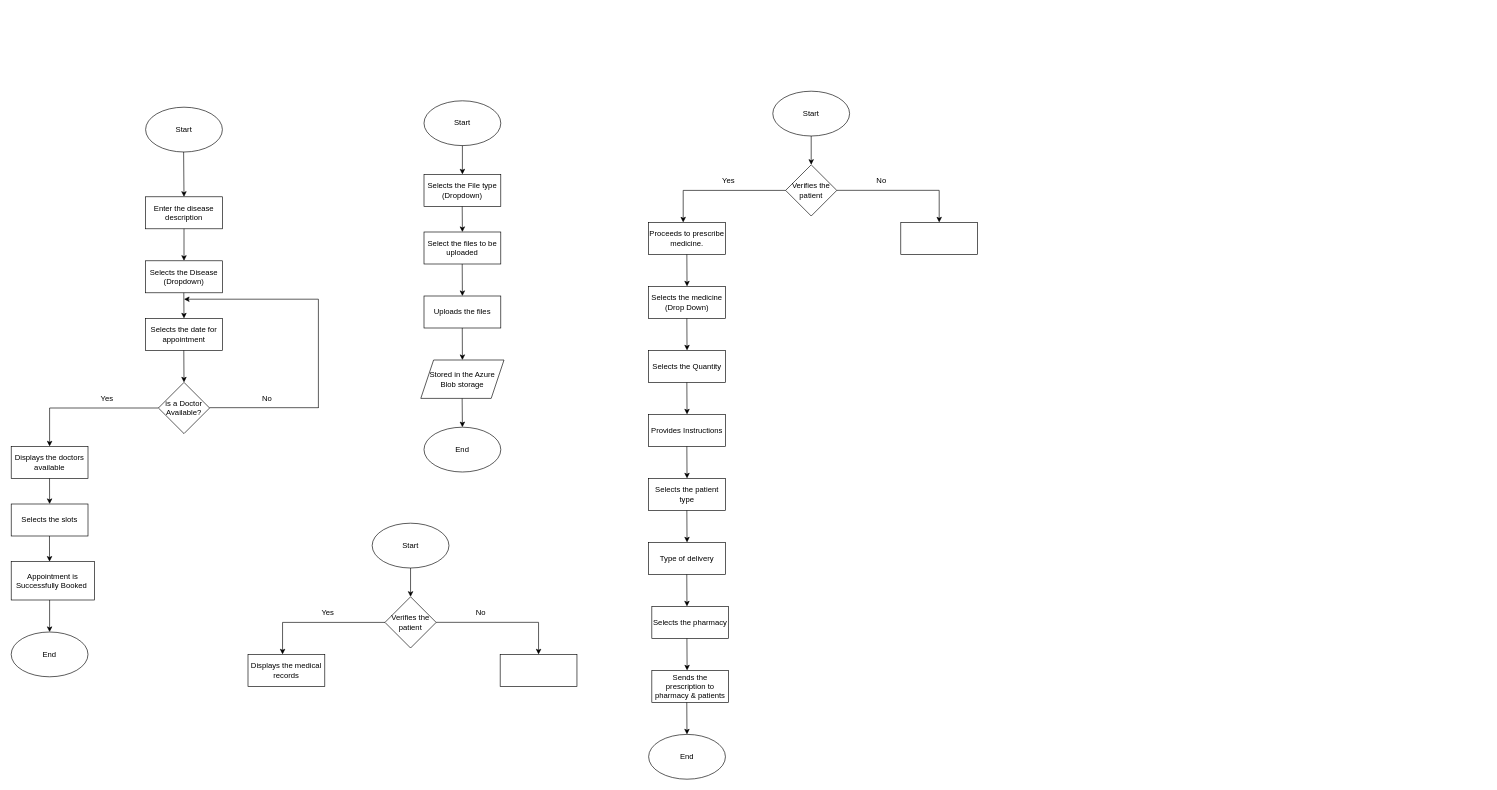
Above: Diagram/Flow diagram/Flow diagram.drawio in shreeya20desai/An-Automated-System-For-Local-GPs (draw.io), before the change. Source tidied: cells renumbered, new cells numbered last; positions are measured from the earlier drawing's top-left corner, leaving out a move shared by most shapes. Both pictures are drawn from the tidied source at 64%, with x=0, y=0 at pixel (11, 91).
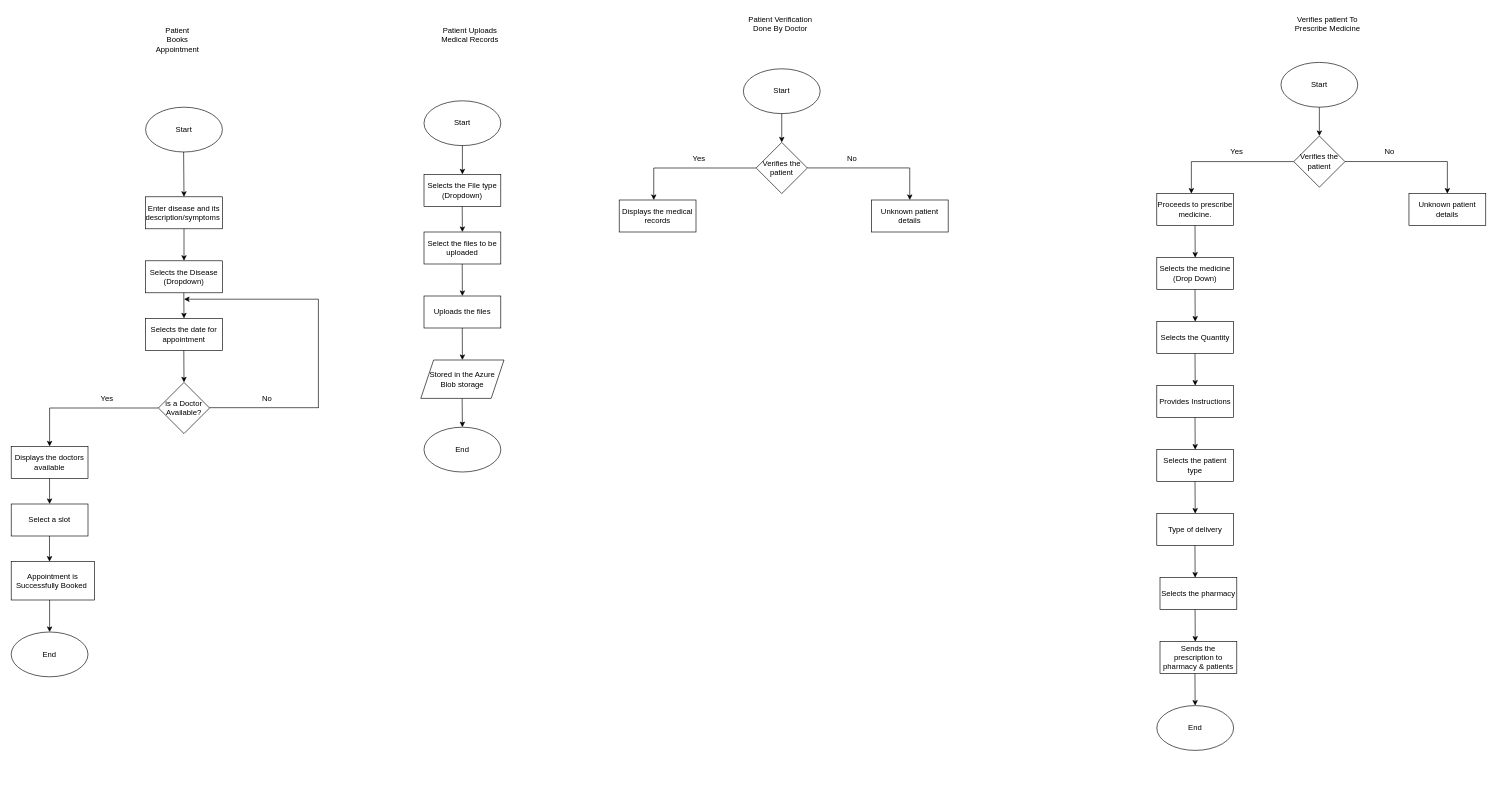
After the change.

The edit, as a diff of the source:
```diff
@@
-    <mxCell id="2" value="Enter the disease description" style="rounded=0;whiteSpace=wrap;html=1;" parent="1" vertex="1">
+    <mxCell id="2" value="Enter disease and its description/symptoms&amp;nbsp;" style="rounded=0;whiteSpace=wrap;html=1;" parent="1" vertex="1">
       <mxGeometry x="210" y="165" width="120" height="50" as="geometry" />
     </mxCell>
@@
-    <mxCell id="6" value="Selects the slots" style="rounded=0;whiteSpace=wrap;html=1;" parent="1" vertex="1">
+    <mxCell id="6" value="Select a slot" style="rounded=0;whiteSpace=wrap;html=1;" parent="1" vertex="1">
       <mxGeometry y="645" width="120" height="50" as="geometry" />
     </mxCell>
@@
     <mxCell id="36" value="Proceeds to prescribe medicine." style="rounded=0;whiteSpace=wrap;html=1;" parent="1" vertex="1">
-      <mxGeometry x="996" y="205" width="120" height="50" as="geometry" />
+      <mxGeometry x="1790" y="160" width="120" height="50" as="geometry" />
     </mxCell>
     <mxCell id="37" style="endArrow=classic;html=1;rounded=0;exitX=0.5;exitY=1;exitDx=0;exitDy=0;entryX=0.5;entryY=0;entryDx=0;entryDy=0;" parent="1" edge="1">
       <mxGeometry relative="1" as="geometry">
-        <mxPoint x="1250" y="65" as="sourcePoint" />
-        <mxPoint x="1250" y="115" as="targetPoint" />
+        <mxPoint x="2044" y="20" as="sourcePoint" />
+        <mxPoint x="2044" y="70" as="targetPoint" />
       </mxGeometry>
     </mxCell>
     <mxCell id="38" style="endArrow=classic;html=1;rounded=0;exitX=0.5;exitY=1;exitDx=0;exitDy=0;entryX=0.5;entryY=0;entryDx=0;entryDy=0;" parent="1" edge="1">
       <mxGeometry relative="1" as="geometry">
-        <mxPoint x="1055.7" y="255" as="sourcePoint" />
-        <mxPoint x="1056" y="305" as="targetPoint" />
+        <mxPoint x="1849.7" y="210" as="sourcePoint" />
+        <mxPoint x="1850" y="260" as="targetPoint" />
       </mxGeometry>
     </mxCell>
     <mxCell id="39" value="Start" style="ellipse;whiteSpace=wrap;html=1;" parent="1" vertex="1">
-      <mxGeometry x="1190" width="120" height="70" as="geometry" />
+      <mxGeometry x="1984" y="-45" width="120" height="70" as="geometry" />
     </mxCell>
     <mxCell id="40" value="Selects the medicine&lt;br&gt;(Drop Down)" style="rounded=0;whiteSpace=wrap;html=1;" parent="1" vertex="1">
-      <mxGeometry x="996" y="305" width="120" height="50" as="geometry" />
+      <mxGeometry x="1790" y="260" width="120" height="50" as="geometry" />
     </mxCell>
     <mxCell id="41" value="Verifies the patient" style="rhombus;whiteSpace=wrap;html=1;" parent="1" vertex="1">
-      <mxGeometry x="1210" y="115" width="80" height="80" as="geometry" />
+      <mxGeometry x="2004" y="70" width="80" height="80" as="geometry" />
     </mxCell>
     <mxCell id="42" style="endArrow=none;html=1;rounded=0;entryX=0;entryY=0.5;entryDx=0;entryDy=0;" parent="1" edge="1" target="41">
       <mxGeometry relative="1" as="geometry">
-        <mxPoint x="1050" y="155" as="sourcePoint" />
+        <mxPoint x="1844" y="110" as="sourcePoint" />
       </mxGeometry>
     </mxCell>
     <mxCell id="43" style="endArrow=none;html=1;rounded=0;entryX=0;entryY=0.5;entryDx=0;entryDy=0;" parent="1" edge="1">
       <mxGeometry relative="1" as="geometry">
-        <mxPoint x="1290" y="154.9" as="sourcePoint" />
-        <mxPoint x="1450" y="154.9" as="targetPoint" />
+        <mxPoint x="2084" y="109.9" as="sourcePoint" />
+        <mxPoint x="2244" y="109.9" as="targetPoint" />
       </mxGeometry>
     </mxCell>
     <mxCell id="44" style="endArrow=classic;html=1;rounded=0;entryX=0.5;entryY=0;entryDx=0;entryDy=0;" parent="1" edge="1">
       <mxGeometry relative="1" as="geometry">
-        <mxPoint x="1050" y="155" as="sourcePoint" />
-        <mxPoint x="1050" y="205" as="targetPoint" />
+        <mxPoint x="1844" y="110" as="sourcePoint" />
+        <mxPoint x="1844" y="160" as="targetPoint" />
       </mxGeometry>
     </mxCell>
     <mxCell id="45" style="endArrow=classic;html=1;rounded=0;entryX=0.5;entryY=0;entryDx=0;entryDy=0;" parent="1" edge="1">
       <mxGeometry relative="1" as="geometry">
-        <mxPoint x="1450" y="155" as="sourcePoint" />
-        <mxPoint x="1450" y="205" as="targetPoint" />
+        <mxPoint x="2244" y="110" as="sourcePoint" />
+        <mxPoint x="2244" y="160" as="targetPoint" />
       </mxGeometry>
     </mxCell>
     <mxCell id="46" value="Selects the Quantity" style="rounded=0;whiteSpace=wrap;html=1;" parent="1" vertex="1">
-      <mxGeometry x="996" y="405" width="120" height="50" as="geometry" />
+      <mxGeometry x="1790" y="360" width="120" height="50" as="geometry" />
     </mxCell>
     <mxCell id="47" style="endArrow=classic;html=1;rounded=0;exitX=0.5;exitY=1;exitDx=0;exitDy=0;entryX=0.5;entryY=0;entryDx=0;entryDy=0;" parent="1" edge="1">
       <mxGeometry relative="1" as="geometry">
-        <mxPoint x="1055.7" y="455" as="sourcePoint" />
-        <mxPoint x="1056" y="505" as="targetPoint" />
+        <mxPoint x="1849.7" y="410" as="sourcePoint" />
+        <mxPoint x="1850" y="460" as="targetPoint" />
       </mxGeometry>
     </mxCell>
     <mxCell id="48" value="Provides Instructions" style="rounded=0;whiteSpace=wrap;html=1;" parent="1" vertex="1">
-      <mxGeometry x="996" y="505" width="120" height="50" as="geometry" />
+      <mxGeometry x="1790" y="460" width="120" height="50" as="geometry" />
     </mxCell>
     <mxCell id="49" style="endArrow=classic;html=1;rounded=0;exitX=0.5;exitY=1;exitDx=0;exitDy=0;entryX=0.5;entryY=0;entryDx=0;entryDy=0;" parent="1" edge="1">
       <mxGeometry relative="1" as="geometry">
-        <mxPoint x="1055.7" y="355" as="sourcePoint" />
-        <mxPoint x="1056" y="405" as="targetPoint" />
+        <mxPoint x="1849.7" y="310" as="sourcePoint" />
+        <mxPoint x="1850" y="360" as="targetPoint" />
       </mxGeometry>
     </mxCell>
     <mxCell id="50" value="Selects the patient type" style="rounded=0;whiteSpace=wrap;html=1;" parent="1" vertex="1">
-      <mxGeometry x="996" y="605" width="120" height="50" as="geometry" />
+      <mxGeometry x="1790" y="560" width="120" height="50" as="geometry" />
     </mxCell>
     <mxCell id="51" style="endArrow=classic;html=1;rounded=0;exitX=0.5;exitY=1;exitDx=0;exitDy=0;entryX=0.5;entryY=0;entryDx=0;entryDy=0;" parent="1" edge="1">
       <mxGeometry relative="1" as="geometry">
-        <mxPoint x="1055.7" y="655" as="sourcePoint" />
-        <mxPoint x="1056" y="705" as="targetPoint" />
+        <mxPoint x="1849.7" y="610" as="sourcePoint" />
+        <mxPoint x="1850" y="660" as="targetPoint" />
       </mxGeometry>
     </mxCell>
     <mxCell id="52" value="Type of delivery" style="rounded=0;whiteSpace=wrap;html=1;" parent="1" vertex="1">
-      <mxGeometry x="996" y="705" width="120" height="50" as="geometry" />
+      <mxGeometry x="1790" y="660" width="120" height="50" as="geometry" />
     </mxCell>
     <mxCell id="53" style="endArrow=classic;html=1;rounded=0;exitX=0.5;exitY=1;exitDx=0;exitDy=0;entryX=0.5;entryY=0;entryDx=0;entryDy=0;" parent="1" edge="1">
       <mxGeometry relative="1" as="geometry">
-        <mxPoint x="1055.7" y="555" as="sourcePoint" />
-        <mxPoint x="1056" y="605" as="targetPoint" />
+        <mxPoint x="1849.7" y="510" as="sourcePoint" />
+        <mxPoint x="1850" y="560" as="targetPoint" />
       </mxGeometry>
     </mxCell>
     <mxCell id="54" style="endArrow=classic;html=1;rounded=0;exitX=0.5;exitY=1;exitDx=0;exitDy=0;entryX=0.5;entryY=0;entryDx=0;entryDy=0;" parent="1" edge="1">
       <mxGeometry relative="1" as="geometry">
-        <mxPoint x="1055.6" y="755" as="sourcePoint" />
-        <mxPoint x="1055.9" y="805" as="targetPoint" />
+        <mxPoint x="1849.6" y="710" as="sourcePoint" />
+        <mxPoint x="1849.9" y="760" as="targetPoint" />
       </mxGeometry>
     </mxCell>
     <mxCell id="55" value="Selects the pharmacy" style="rounded=0;whiteSpace=wrap;html=1;" parent="1" vertex="1">
-      <mxGeometry x="1001" y="805" width="120" height="50" as="geometry" />
+      <mxGeometry x="1795" y="760" width="120" height="50" as="geometry" />
     </mxCell>
     <mxCell id="56" style="endArrow=classic;html=1;rounded=0;exitX=0.5;exitY=1;exitDx=0;exitDy=0;entryX=0.5;entryY=0;entryDx=0;entryDy=0;" parent="1" edge="1">
       <mxGeometry relative="1" as="geometry">
-        <mxPoint x="1055.8" y="855" as="sourcePoint" />
-        <mxPoint x="1056.1" y="905" as="targetPoint" />
+        <mxPoint x="1849.8" y="810" as="sourcePoint" />
+        <mxPoint x="1850.1" y="860" as="targetPoint" />
       </mxGeometry>
     </mxCell>
     <mxCell id="57" value="Sends the prescription to pharmacy &amp;amp; patients" style="rounded=0;whiteSpace=wrap;html=1;" parent="1" vertex="1">
-      <mxGeometry x="1001" y="905" width="120" height="50" as="geometry" />
+      <mxGeometry x="1795" y="860" width="120" height="50" as="geometry" />
     </mxCell>
     <mxCell id="58" value="End" style="ellipse;whiteSpace=wrap;html=1;" parent="1" vertex="1">
-      <mxGeometry x="996" y="1005" width="120" height="70" as="geometry" />
+      <mxGeometry x="1790" y="960" width="120" height="70" as="geometry" />
     </mxCell>
     <mxCell id="59" style="endArrow=classic;html=1;rounded=0;exitX=0.5;exitY=1;exitDx=0;exitDy=0;entryX=0.5;entryY=0;entryDx=0;entryDy=0;" parent="1" edge="1">
       <mxGeometry relative="1" as="geometry">
-        <mxPoint x="1055.6" y="955" as="sourcePoint" />
-        <mxPoint x="1055.9" y="1005" as="targetPoint" />
+        <mxPoint x="1849.6" y="910" as="sourcePoint" />
+        <mxPoint x="1849.9" y="960" as="targetPoint" />
       </mxGeometry>
     </mxCell>
-    <mxCell id="60" style="rounded=0;whiteSpace=wrap;html=1;" parent="1" vertex="1">
-      <mxGeometry x="1390" y="205" width="120" height="50" as="geometry" />
+    <mxCell id="60" value="Unknown patient details" style="rounded=0;whiteSpace=wrap;html=1;" parent="1" vertex="1">
+      <mxGeometry x="2184" y="160" width="120" height="50" as="geometry" />
     </mxCell>
     <mxCell id="61" value="Yes" style="text;html=1;align=center;verticalAlign=middle;whiteSpace=wrap;rounded=0;" parent="1" vertex="1">
-      <mxGeometry x="1091" y="125" width="60" height="30" as="geometry" />
+      <mxGeometry x="1885" y="80" width="60" height="30" as="geometry" />
     </mxCell>
     <mxCell id="62" value="No" style="text;html=1;align=center;verticalAlign=middle;whiteSpace=wrap;rounded=0;" parent="1" vertex="1">
-      <mxGeometry x="1330" y="125" width="60" height="30" as="geometry" />
+      <mxGeometry x="2124" y="80" width="60" height="30" as="geometry" />
     </mxCell>
     <mxCell id="63" value="Displays the medical records" style="rounded=0;whiteSpace=wrap;html=1;" parent="1" vertex="1">
-      <mxGeometry x="370" y="880" width="120" height="50" as="geometry" />
+      <mxGeometry x="950" y="170" width="120" height="50" as="geometry" />
     </mxCell>
     <mxCell id="64" style="endArrow=classic;html=1;rounded=0;exitX=0.5;exitY=1;exitDx=0;exitDy=0;entryX=0.5;entryY=0;entryDx=0;entryDy=0;" parent="1" edge="1">
       <mxGeometry relative="1" as="geometry">
-        <mxPoint x="624" y="740" as="sourcePoint" />
-        <mxPoint x="624" y="790" as="targetPoint" />
+        <mxPoint x="1204" y="30" as="sourcePoint" />
+        <mxPoint x="1204" y="80" as="targetPoint" />
       </mxGeometry>
     </mxCell>
     <mxCell id="65" value="Start" style="ellipse;whiteSpace=wrap;html=1;" parent="1" vertex="1">
-      <mxGeometry x="564" y="675" width="120" height="70" as="geometry" />
+      <mxGeometry x="1144" y="-35" width="120" height="70" as="geometry" />
     </mxCell>
     <mxCell id="66" value="Verifies the patient" style="rhombus;whiteSpace=wrap;html=1;" parent="1" vertex="1">
-      <mxGeometry x="584" y="790" width="80" height="80" as="geometry" />
+      <mxGeometry x="1164" y="80" width="80" height="80" as="geometry" />
     </mxCell>
     <mxCell id="67" style="endArrow=none;html=1;rounded=0;entryX=0;entryY=0.5;entryDx=0;entryDy=0;" parent="1" edge="1" target="66">
       <mxGeometry relative="1" as="geometry">
-        <mxPoint x="424" y="830" as="sourcePoint" />
+        <mxPoint x="1004" y="120" as="sourcePoint" />
       </mxGeometry>
     </mxCell>
     <mxCell id="68" style="endArrow=none;html=1;rounded=0;entryX=0;entryY=0.5;entryDx=0;entryDy=0;" parent="1" edge="1">
       <mxGeometry relative="1" as="geometry">
-        <mxPoint x="664" y="829.9" as="sourcePoint" />
-        <mxPoint x="824" y="829.9" as="targetPoint" />
+        <mxPoint x="1244" y="119.9" as="sourcePoint" />
+        <mxPoint x="1404" y="119.9" as="targetPoint" />
       </mxGeometry>
     </mxCell>
     <mxCell id="69" style="endArrow=classic;html=1;rounded=0;entryX=0.5;entryY=0;entryDx=0;entryDy=0;" parent="1" edge="1">
       <mxGeometry relative="1" as="geometry">
-        <mxPoint x="424" y="830" as="sourcePoint" />
-        <mxPoint x="424" y="880" as="targetPoint" />
+        <mxPoint x="1004" y="120" as="sourcePoint" />
+        <mxPoint x="1004" y="170" as="targetPoint" />
       </mxGeometry>
     </mxCell>
     <mxCell id="70" style="endArrow=classic;html=1;rounded=0;entryX=0.5;entryY=0;entryDx=0;entryDy=0;" parent="1" edge="1">
       <mxGeometry relative="1" as="geometry">
-        <mxPoint x="824" y="830" as="sourcePoint" />
-        <mxPoint x="824" y="880" as="targetPoint" />
+        <mxPoint x="1404" y="120" as="sourcePoint" />
+        <mxPoint x="1404" y="170" as="targetPoint" />
       </mxGeometry>
     </mxCell>
-    <mxCell id="71" style="rounded=0;whiteSpace=wrap;html=1;" parent="1" vertex="1">
-      <mxGeometry x="764" y="880" width="120" height="50" as="geometry" />
+    <mxCell id="71" value="Unknown patient details" style="rounded=0;whiteSpace=wrap;html=1;" parent="1" vertex="1">
+      <mxGeometry x="1344" y="170" width="120" height="50" as="geometry" />
     </mxCell>
     <mxCell id="72" value="Yes" style="text;html=1;align=center;verticalAlign=middle;whiteSpace=wrap;rounded=0;" parent="1" vertex="1">
-      <mxGeometry x="465" y="800" width="60" height="30" as="geometry" />
+      <mxGeometry x="1045" y="90" width="60" height="30" as="geometry" />
     </mxCell>
     <mxCell id="73" value="No" style="text;html=1;align=center;verticalAlign=middle;whiteSpace=wrap;rounded=0;" parent="1" vertex="1">
-      <mxGeometry x="704" y="800" width="60" height="30" as="geometry" />
+      <mxGeometry x="1284" y="90" width="60" height="30" as="geometry" />
     </mxCell>
+    <mxCell id="74" value="Patient Books Appointment" style="text;html=1;align=center;verticalAlign=middle;whiteSpace=wrap;rounded=0;" parent="1" vertex="1">
+      <mxGeometry x="230" y="-95" width="60" height="30" as="geometry" />
+    </mxCell>
+    <mxCell id="75" value="Patient Uploads Medical Records&lt;div&gt;&lt;br&gt;&lt;/div&gt;" style="text;html=1;align=center;verticalAlign=middle;whiteSpace=wrap;rounded=0;" parent="1" vertex="1">
+      <mxGeometry x="664" y="-105" width="106" height="50" as="geometry" />
+    </mxCell>
+    <mxCell id="76" value="Verifies patient To Prescribe Medicine" style="text;html=1;align=center;verticalAlign=middle;whiteSpace=wrap;rounded=0;" parent="1" vertex="1">
+      <mxGeometry x="2004" y="-125" width="106" height="40" as="geometry" />
+    </mxCell>
+    <mxCell id="77" value="Patient Verification Done By Doctor" style="text;html=1;align=center;verticalAlign=middle;whiteSpace=wrap;rounded=0;" parent="1" vertex="1">
+      <mxGeometry x="1144" y="-125" width="116" height="40" as="geometry" />
+    </mxCell>
```
